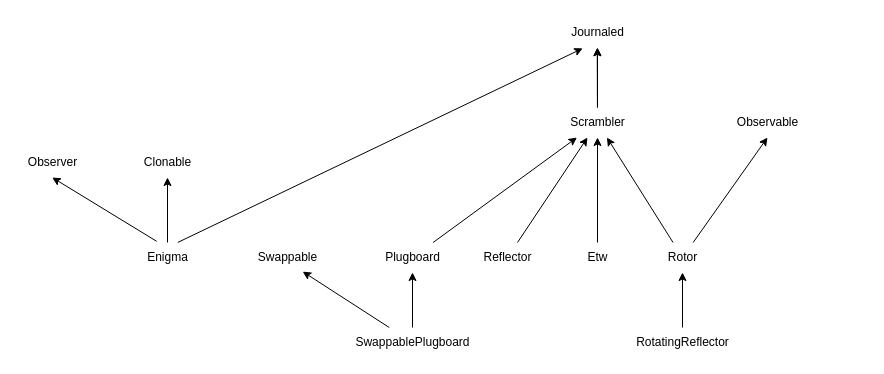
The draw.io diagram page "Inheritance diagram" (2 of 2) of diagrams/rotors.drawio in denismaggior8/enigma-python, before the edit. Source tidied: cells renumbered, new cells numbered last; positions are measured from the earlier drawing's top-left corner, leaving out a move shared by most shapes. Both pictures are drawn from the tidied source at 100%, with x=0, y=0 at pixel (17, 17).
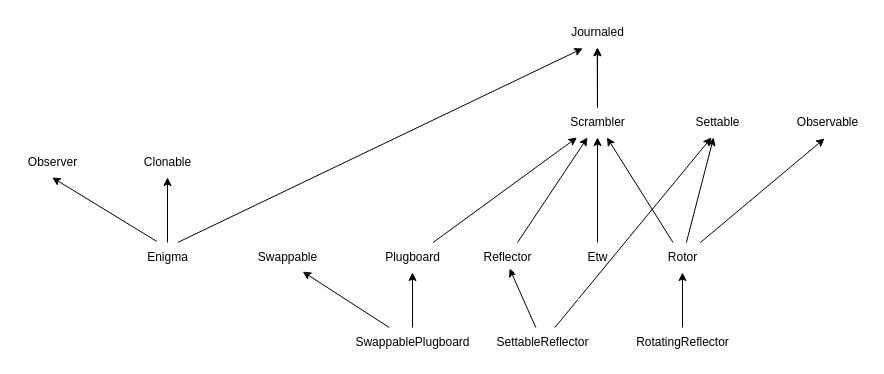
The same page after the edit.

Unchanged cells that the change refers to:
```xml
<mxCell id="3" value="Reflector" style="text;html=1;align=center;verticalAlign=middle;points=[];strokeColor=none;fillColor=none;" parent="1" vertex="1">
  <mxGeometry x="455" y="225" width="70" height="30" as="geometry" />
</mxCell>
<mxCell id="6" value="Rotor" style="text;html=1;align=center;verticalAlign=middle;points=[];strokeColor=none;fillColor=none;" parent="1" vertex="1">
  <mxGeometry x="640" y="225" width="50" height="30" as="geometry" />
</mxCell>
<mxCell id="8" value="RotatingReflector" style="text;html=1;align=center;verticalAlign=middle;points=[];strokeColor=none;fillColor=none;" parent="1" vertex="1">
  <mxGeometry x="605" y="310" width="120" height="30" as="geometry" />
</mxCell>
```

What changed in the source:
```diff
@@
-    <mxCell id="5" style="rounded=0;jettySize=auto;html=1;" parent="1" edge="1" source="6">
-      <mxGeometry relative="1" as="geometry">
-        <mxPoint x="750" y="120" as="targetPoint" />
-      </mxGeometry>
+    <mxCell id="5" style="rounded=0;jettySize=auto;html=1;entryX=0.463;entryY=1.033;entryDx=0;entryDy=0;entryPerimeter=0;" parent="1" edge="1" source="6" target="12">
+      <mxGeometry relative="1" as="geometry" />
     </mxCell>
+    <mxCell id="28" style="rounded=0;jettySize=auto;html=1;" parent="1" edge="1" source="6" target="29">
+      <mxGeometry relative="1" as="geometry" />
+    </mxCell>
@@
     <mxCell id="12" value="Observable" style="text;html=1;align=center;verticalAlign=middle;points=[];strokeColor=none;fillColor=none;" parent="1" vertex="1">
-      <mxGeometry x="710" y="90" width="80" height="30" as="geometry" />
+      <mxGeometry x="770" y="90" width="80" height="30" as="geometry" />
     </mxCell>
@@
+    <mxCell id="29" value="Settable" style="text;html=1;align=center;verticalAlign=middle;points=[];strokeColor=none;fillColor=none;" parent="1" vertex="1">
+      <mxGeometry x="665" y="90" width="70" height="30" as="geometry" />
+    </mxCell>
+    <mxCell id="30" value="SettableReflector" style="text;html=1;align=center;verticalAlign=middle;points=[];strokeColor=none;fillColor=none;" parent="1" vertex="1">
+      <mxGeometry x="465" y="310" width="120" height="30" as="geometry" />
+    </mxCell>
+    <mxCell id="31" style="rounded=0;jettySize=auto;html=1;entryX=0.529;entryY=0.867;entryDx=0;entryDy=0;entryPerimeter=0;" parent="1" edge="1" source="30" target="3">
+      <mxGeometry relative="1" as="geometry" />
+    </mxCell>
+    <mxCell id="32" style="rounded=0;jettySize=auto;html=1;entryX=0.414;entryY=1;entryDx=0;entryDy=0;entryPerimeter=0;" parent="1" edge="1" source="30" target="29">
+      <mxGeometry relative="1" as="geometry" />
+    </mxCell>
+    <mxCell id="33" style="rounded=0;jettySize=auto;html=1;entryX=0.586;entryY=1;entryDx=0;entryDy=0;entryPerimeter=0;strokeColor=#FFFFFF;" parent="1" edge="1" source="8" target="3">
+      <mxGeometry relative="1" as="geometry" />
+    </mxCell>
```
